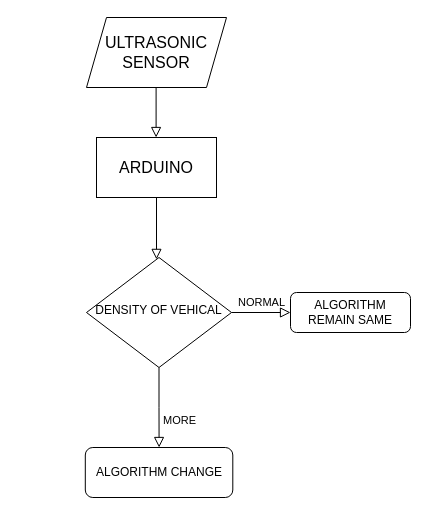
Earlier version of the draw.io diagram Untitled Diagram.drawio (AmanRaj08/bdt). Source tidied: cells renumbered, new cells numbered last; positions are measured from the earlier drawing's top-left corner, leaving out a move shared by most shapes. Both pictures are drawn from the tidied source at 100%, with x=0, y=0 at pixel (85, 17).
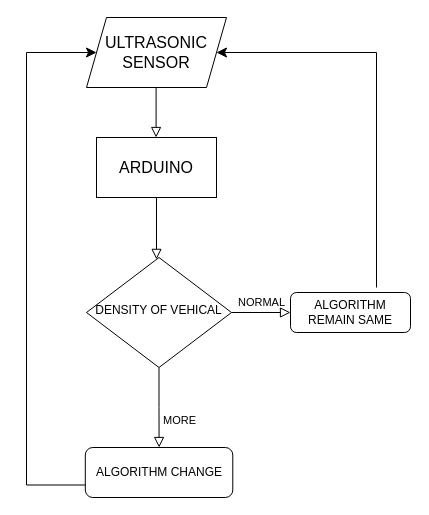
The same diagram, later.

The edit, as a diff of the source:
```diff
@@
 <mxGraphModel>
   <root>
     <mxCell id="0" />
     <mxCell id="1" parent="0" />
     <mxCell id="2" style="rounded=0;html=1;jettySize=auto;orthogonalLoop=1;fontSize=11;endArrow=block;endFill=0;endSize=8;strokeWidth=1;shadow=0;labelBackgroundColor=none;edgeStyle=orthogonalEdgeStyle;" parent="1" edge="1">
       <mxGeometry relative="1" as="geometry">
         <mxPoint x="70.6" y="70" as="sourcePoint" />
         <mxPoint x="70.6" y="120" as="targetPoint" />
       </mxGeometry>
     </mxCell>
     <mxCell id="3" style="rounded=0;html=1;jettySize=auto;fontSize=11;endArrow=block;endFill=0;endSize=8;strokeWidth=1;shadow=0;labelBackgroundColor=none;edgeStyle=orthogonalEdgeStyle;" parent="1" edge="1" target="6">
       <mxGeometry y="20" relative="1" as="geometry">
         <mxPoint x="71" y="180" as="sourcePoint" />
         <Array as="points">
           <mxPoint x="71" y="180" />
         </Array>
       </mxGeometry>
     </mxCell>
     <mxCell id="4" value="MORE" style="rounded=0;html=1;jettySize=auto;fontSize=11;endArrow=block;endFill=0;endSize=8;strokeWidth=1;shadow=0;labelBackgroundColor=none;edgeStyle=orthogonalEdgeStyle;" parent="1" edge="1" source="6" target="7">
       <mxGeometry x="0.33" y="20" relative="1" as="geometry" />
     </mxCell>
     <mxCell id="5" value="NORMAL" style="edgeStyle=orthogonalEdgeStyle;rounded=0;html=1;jettySize=auto;fontSize=11;endArrow=block;endFill=0;endSize=8;strokeWidth=1;shadow=0;labelBackgroundColor=none;" parent="1" edge="1" source="6" target="8">
       <mxGeometry y="10" relative="1" as="geometry" />
     </mxCell>
     <mxCell id="6" value="DENSITY OF VEHICAL" style="rhombus;whiteSpace=wrap;html=1;shadow=0;fontFamily=Helvetica;fontSize=12;align=center;strokeWidth=1;spacing=6;spacingTop=-4;" parent="1" vertex="1">
       <mxGeometry x="1" y="240" width="145" height="110" as="geometry" />
     </mxCell>
     <mxCell id="7" value="ALGORITHM CHANGE" style="rounded=1;whiteSpace=wrap;html=1;fontSize=12;glass=0;strokeWidth=1;shadow=0;" parent="1" vertex="1">
       <mxGeometry x="-0.2" y="430" width="147.5" height="50" as="geometry" />
     </mxCell>
     <mxCell id="8" value="ALGORITHM REMAIN SAME" style="rounded=1;whiteSpace=wrap;html=1;fontSize=12;glass=0;strokeWidth=1;shadow=0;" parent="1" vertex="1">
       <mxGeometry x="205" y="275" width="120" height="40" as="geometry" />
     </mxCell>
     <mxCell id="9" value="ULTRASONIC SENSOR" style="shape=parallelogram;perimeter=parallelogramPerimeter;whiteSpace=wrap;html=1;fixedSize=1;fontSize=16;" parent="1" vertex="1">
       <mxGeometry x="1" width="140" height="70" as="geometry" />
     </mxCell>
     <mxCell id="10" value="ARDUINO" style="whiteSpace=wrap;html=1;fontSize=16;" parent="1" vertex="1">
       <mxGeometry x="11" y="120" width="120" height="60" as="geometry" />
     </mxCell>
+    <mxCell id="11" style="edgeStyle=segmentEdgeStyle;endArrow=classic;html=1;curved=0;rounded=0;endSize=8;startSize=8;sourcePerimeterSpacing=0;targetPerimeterSpacing=0;fontSize=12;entryX=1;entryY=0.5;entryDx=0;entryDy=0;" parent="1" edge="1" target="9">
+      <mxGeometry relative="1" as="geometry">
+        <mxPoint x="291" y="270" as="sourcePoint" />
+        <Array as="points">
+          <mxPoint x="291" y="35" />
+        </Array>
+      </mxGeometry>
+    </mxCell>
+    <mxCell id="12" style="edgeStyle=segmentEdgeStyle;endArrow=classic;html=1;curved=0;rounded=0;endSize=8;startSize=8;sourcePerimeterSpacing=0;targetPerimeterSpacing=0;fontSize=12;entryX=0;entryY=0.5;entryDx=0;entryDy=0;exitX=0;exitY=0.75;exitDx=0;exitDy=0;" parent="1" edge="1" source="7" target="9">
+      <mxGeometry relative="1" as="geometry">
+        <Array as="points">
+          <mxPoint x="-59" y="468" />
+          <mxPoint x="-59" y="35" />
+        </Array>
+      </mxGeometry>
+    </mxCell>
   </root>
 </mxGraphModel>
```
